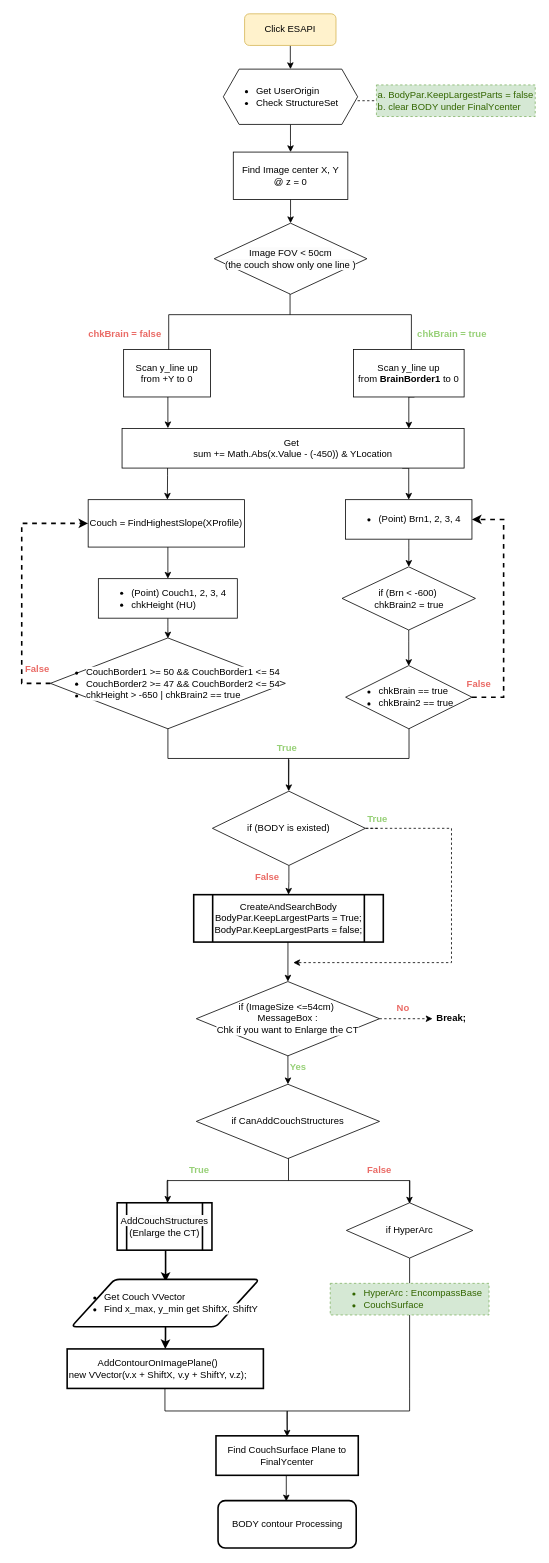
eatingwu1009/CouchInsert keeps this draw.io diagram as CouchPhoton_Process.drawio. Above is the earlier version. Source tidied: cells renumbered, new cells numbered last; positions are measured from the earlier drawing's top-left corner, leaving out a move shared by most shapes. Both pictures are drawn from the tidied source at 79%, with x=0, y=0 at pixel (13, 13).
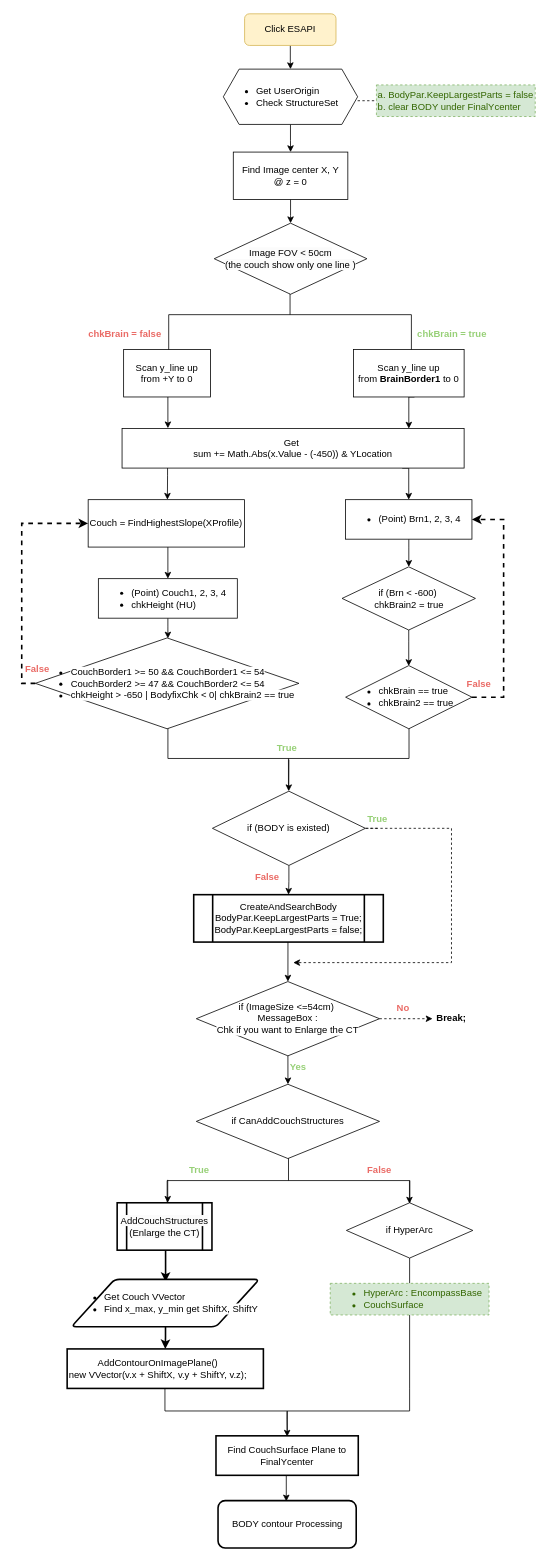
The same page after the edit.

The edit, as a diff of the source:
```diff
@@
-    <mxCell id="25" value="&lt;div style=&quot;text-align: left;&quot;&gt;&lt;ul&gt;&lt;li&gt;&lt;span style=&quot;background-color: rgb(255, 255, 255);&quot;&gt;CouchBorder1 &amp;gt;= 50 &amp;amp;&amp;amp; CouchBorder1 &amp;lt;= 54&lt;/span&gt;&lt;/li&gt;&lt;li&gt;&lt;span style=&quot;background-color: rgb(255, 255, 255);&quot;&gt;CouchBorder2 &amp;gt;= 47 &amp;amp;&amp;amp; CouchBorder2 &amp;lt;= 54&lt;br&gt;&lt;/span&gt;&lt;/li&gt;&lt;li&gt;&lt;span style=&quot;background-color: rgb(255, 255, 255);&quot;&gt;chkHeight &amp;gt; -650 | chkBrain2 == true&lt;/span&gt;&lt;/li&gt;&lt;/ul&gt;&lt;/div&gt;" style="rhombus;whiteSpace=wrap;html=1;rounded=0;" parent="1" vertex="1">
-      <mxGeometry x="46.3" y="790" width="297.4" height="115" as="geometry" />
+    <mxCell id="25" value="&lt;div style=&quot;text-align: left;&quot;&gt;&lt;ul&gt;&lt;li&gt;&lt;span style=&quot;background-color: rgb(255, 255, 255);&quot;&gt;CouchBorder1 &amp;gt;= 50 &amp;amp;&amp;amp; CouchBorder1 &amp;lt;= 54&lt;/span&gt;&lt;/li&gt;&lt;li&gt;&lt;span style=&quot;background-color: rgb(255, 255, 255);&quot;&gt;CouchBorder2 &amp;gt;= 47 &amp;amp;&amp;amp; CouchBorder2 &amp;lt;= 54&lt;br&gt;&lt;/span&gt;&lt;/li&gt;&lt;li&gt;&lt;span style=&quot;background-color: rgb(255, 255, 255);&quot;&gt;chkHeight &amp;gt; -650 | BodyfixChk &amp;lt; 0| chkBrain2 == true&lt;/span&gt;&lt;/li&gt;&lt;/ul&gt;&lt;/div&gt;" style="rhombus;whiteSpace=wrap;html=1;rounded=0;" parent="1" vertex="1">
+      <mxGeometry x="27.2" y="790" width="333.7" height="115" as="geometry" />
     </mxCell>
```
